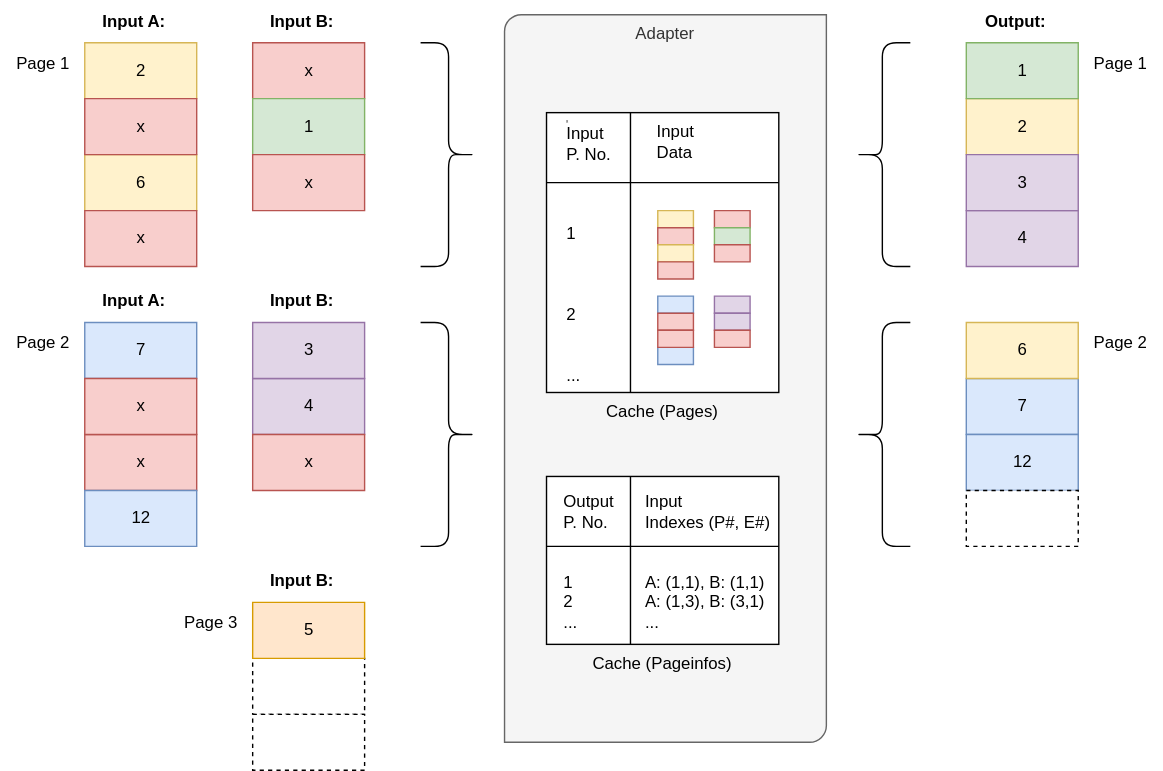
Earlier version of the draw.io export images/MergeResponsesKomplexSolutionWithCache.svg (cwahlmann/searchadapter). Source tidied: cells renumbered, new cells last; positions are measured from the earlier drawing's top-left corner, leaving out a move shared by most shapes.
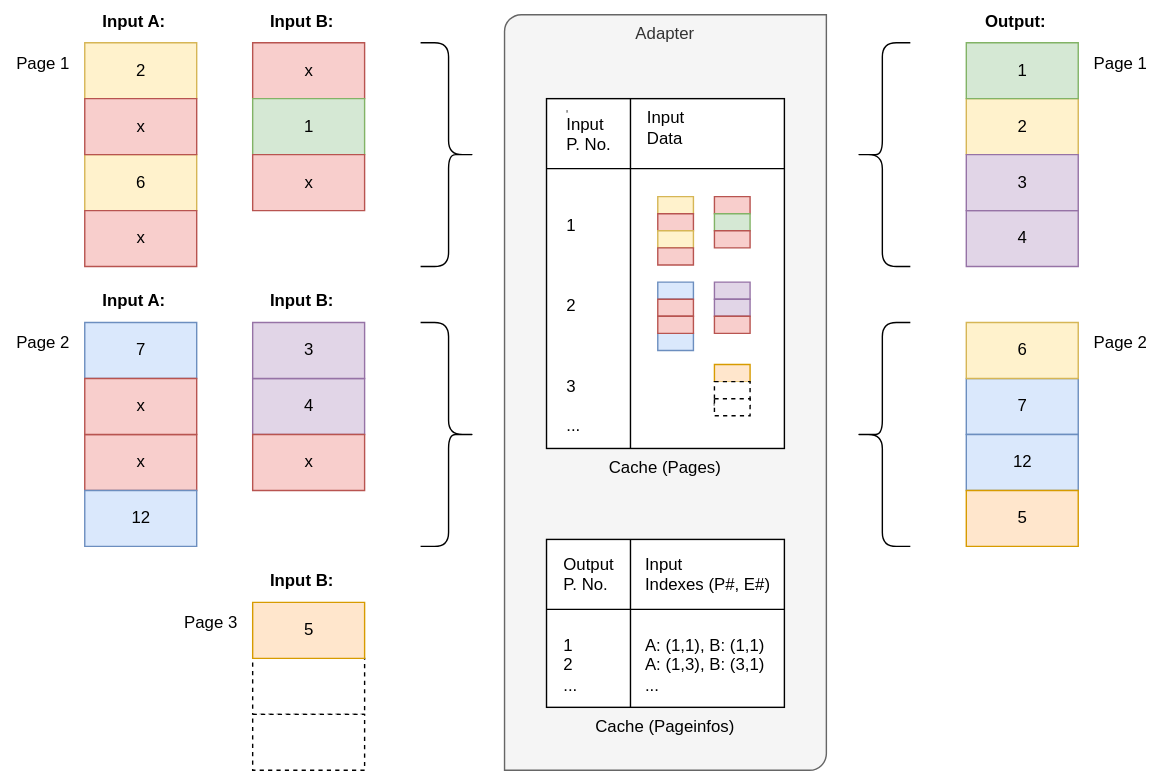
The same diagram one commit later.

Commit message:
Dokumentation: kleine Korrekturen

Diff of the diagram source:
```diff
@@ -15,7 +15,7 @@
       <mxGeometry x="770" y="30" width="60" height="30" as="geometry" />
     </mxCell>
     <mxCell id="6" value="Adapter" style="verticalLabelPosition=middle;verticalAlign=top;html=1;shape=mxgraph.basic.diag_round_rect;dx=6;whiteSpace=wrap;labelPosition=center;align=center;fillColor=#f5f5f5;fontColor=#333333;strokeColor=#666666;" parent="1" vertex="1">
-      <mxGeometry x="360" y="10" width="230" height="520" as="geometry" />
+      <mxGeometry x="360" y="10" width="230" height="540" as="geometry" />
     </mxCell>
     <mxCell id="7" style="shape=curlyBracket;whiteSpace=wrap;html=1;rounded=1;flipH=1;labelPosition=right;verticalLabelPosition=middle;align=left;verticalAlign=middle;" parent="1" vertex="1">
       <mxGeometry x="300" y="30" width="40" height="160" as="geometry" />
@@ -62,7 +62,7 @@
     <mxCell id="21" value="6" style="verticalLabelPosition=middle;verticalAlign=middle;html=1;shape=mxgraph.basic.rect;fillColor2=none;strokeWidth=1;size=20;indent=5;labelPosition=center;align=center;fillColor=#fff2cc;strokeColor=#d6b656;" parent="1" vertex="1">
       <mxGeometry x="690" y="230" width="80" height="40" as="geometry" />
     </mxCell>
-    <mxCell id="22" style="verticalLabelPosition=middle;verticalAlign=middle;html=1;shape=mxgraph.basic.rect;fillColor2=none;strokeWidth=1;size=20;indent=5;labelPosition=center;align=center;dashed=1;" parent="1" vertex="1">
+    <mxCell id="22" value="5" style="verticalLabelPosition=middle;verticalAlign=middle;html=1;shape=mxgraph.basic.rect;fillColor2=none;strokeWidth=1;size=20;indent=5;labelPosition=center;align=center;fillColor=#ffe6cc;strokeColor=#d79b00;" parent="1" vertex="1">
       <mxGeometry x="690" y="350" width="80" height="40" as="geometry" />
     </mxCell>
     <mxCell id="23" value="&lt;b&gt;Input B:&lt;/b&gt;" style="text;html=1;align=center;verticalAlign=middle;strokeColor=none;fillColor=none;" parent="1" vertex="1">
@@ -110,24 +110,6 @@
     <mxCell id="37" value="x" style="verticalLabelPosition=middle;verticalAlign=middle;html=1;shape=mxgraph.basic.rect;fillColor2=none;strokeWidth=1;size=20;indent=5;labelPosition=center;align=center;fillColor=#f8cecc;strokeColor=#b85450;" parent="1" vertex="1">
       <mxGeometry x="60" y="270" width="80" height="40" as="geometry" />
     </mxCell>
-    <mxCell id="38" style="group;" parent="1" vertex="1">
-      <mxGeometry x="390" y="340" width="166" height="120" as="geometry" />
-    </mxCell>
-    <mxCell id="39" value="Cache (Pageinfos)" style="shape=internalStorage;whiteSpace=wrap;html=1;backgroundOutline=1;labelPosition=center;verticalLabelPosition=bottom;align=center;verticalAlign=top;dx=60;dy=50;" parent="38" vertex="1">
-      <mxGeometry width="166" height="120" as="geometry" />
-    </mxCell>
-    <mxCell id="40" value="&lt;div style=&quot;text-align: left;&quot;&gt;&lt;br&gt;&lt;/div&gt;&lt;font style=&quot;font-size: 12px;&quot;&gt;&lt;div style=&quot;text-align: left;&quot;&gt;Output&lt;/div&gt;&lt;div style=&quot;text-align: left;&quot;&gt;P. No.&lt;/div&gt;&lt;div style=&quot;text-align: left;&quot;&gt;&lt;br&gt;&lt;/div&gt;&lt;div style=&quot;text-align: left;&quot;&gt;&lt;span style=&quot;background-color: initial;&quot;&gt;&lt;br&gt;&lt;/span&gt;&lt;/div&gt;&lt;div style=&quot;text-align: left;&quot;&gt;1&lt;/div&gt;&lt;div style=&quot;text-align: left;&quot;&gt;2&lt;/div&gt;&lt;div style=&quot;text-align: left;&quot;&gt;&lt;span style=&quot;background-color: initial;&quot;&gt;...&lt;/span&gt;&lt;br&gt;&lt;/div&gt;&lt;/font&gt;" style="text;html=1;align=center;verticalAlign=middle;strokeColor=none;fillColor=none;fontSize=2;" parent="38" vertex="1">
-      <mxGeometry width="60" height="120" as="geometry" />
-    </mxCell>
-    <mxCell id="41" value="Cache (Pages)" style="shape=internalStorage;whiteSpace=wrap;html=1;backgroundOutline=1;labelPosition=center;verticalLabelPosition=bottom;align=center;verticalAlign=top;dx=60;dy=50;" parent="1" vertex="1">
-      <mxGeometry x="390" y="80" width="166" height="200" as="geometry" />
-    </mxCell>
-    <mxCell id="42" value="&lt;div style=&quot;text-align: left;&quot;&gt;R&lt;/div&gt;&lt;div style=&quot;text-align: left; font-size: 12px;&quot;&gt;&lt;font style=&quot;font-size: 12px;&quot;&gt;Input&lt;/font&gt;&lt;/div&gt;&lt;font style=&quot;font-size: 12px;&quot;&gt;&lt;div style=&quot;text-align: left;&quot;&gt;P. No.&lt;/div&gt;&lt;div style=&quot;font-size: 12px; text-align: left;&quot;&gt;&lt;br&gt;&lt;/div&gt;&lt;div style=&quot;font-size: 12px; text-align: left;&quot;&gt;&lt;span style=&quot;background-color: initial;&quot;&gt;&lt;br&gt;&lt;/span&gt;&lt;/div&gt;&lt;div style=&quot;font-size: 12px; text-align: left;&quot;&gt;&lt;br&gt;&lt;/div&gt;&lt;div style=&quot;font-size: 12px; text-align: left;&quot;&gt;1&lt;/div&gt;&lt;div style=&quot;font-size: 12px; text-align: left;&quot;&gt;&lt;span style=&quot;background-color: initial;&quot;&gt;&lt;br&gt;&lt;/span&gt;&lt;/div&gt;&lt;div style=&quot;font-size: 12px; text-align: left;&quot;&gt;&lt;span style=&quot;background-color: initial;&quot;&gt;&lt;br&gt;&lt;/span&gt;&lt;/div&gt;&lt;div style=&quot;font-size: 12px; text-align: left;&quot;&gt;&lt;span style=&quot;background-color: initial;&quot;&gt;&lt;br&gt;&lt;/span&gt;&lt;/div&gt;&lt;div style=&quot;font-size: 12px; text-align: left;&quot;&gt;2&lt;/div&gt;&lt;div style=&quot;font-size: 12px; text-align: left;&quot;&gt;&lt;br&gt;&lt;/div&gt;&lt;div style=&quot;font-size: 12px; text-align: left;&quot;&gt;&lt;br&gt;&lt;/div&gt;&lt;div style=&quot;font-size: 12px; text-align: left;&quot;&gt;...&lt;/div&gt;&lt;/font&gt;" style="text;html=1;align=center;verticalAlign=middle;strokeColor=none;fillColor=none;fontSize=2;" parent="1" vertex="1">
-      <mxGeometry x="390" y="80" width="60" height="200" as="geometry" />
-    </mxCell>
-    <mxCell id="43" value="&lt;div style=&quot;text-align: left;&quot;&gt;&lt;br&gt;&lt;/div&gt;&lt;font style=&quot;font-size: 12px;&quot;&gt;&lt;div style=&quot;text-align: left;&quot;&gt;Input&lt;/div&gt;&lt;div style=&quot;text-align: left;&quot;&gt;Data&lt;/div&gt;&lt;/font&gt;" style="text;html=1;align=center;verticalAlign=middle;strokeColor=none;fillColor=none;fontSize=2;" parent="1" vertex="1">
-      <mxGeometry x="457.2" y="80" width="50" height="40" as="geometry" />
-    </mxCell>
     <mxCell id="44" style="verticalLabelPosition=middle;verticalAlign=middle;html=1;shape=mxgraph.basic.rect;fillColor2=none;strokeWidth=1;size=20;indent=5;labelPosition=center;align=center;dashed=1;" parent="1" vertex="1">
       <mxGeometry x="180" y="470" width="80" height="40" as="geometry" />
     </mxCell>
@@ -143,14 +125,35 @@
     <mxCell id="48" value="Page 3" style="text;html=1;align=center;verticalAlign=middle;strokeColor=none;fillColor=none;" parent="1" vertex="1">
       <mxGeometry x="120" y="430" width="60" height="30" as="geometry" />
     </mxCell>
+    <mxCell id="66" style="group;" parent="1" vertex="1">
+      <mxGeometry x="390" y="385" width="170" height="120" as="geometry" />
+    </mxCell>
+    <mxCell id="38" style="group;" parent="66" vertex="1">
+      <mxGeometry width="170" height="120" as="geometry" />
+    </mxCell>
+    <mxCell id="39" value="Cache (Pageinfos)" style="shape=internalStorage;whiteSpace=wrap;html=1;backgroundOutline=1;labelPosition=center;verticalLabelPosition=bottom;align=center;verticalAlign=top;dx=60;dy=50;" parent="38" vertex="1">
+      <mxGeometry width="170" height="120" as="geometry" />
+    </mxCell>
+    <mxCell id="40" value="&lt;div style=&quot;text-align: left;&quot;&gt;&lt;br&gt;&lt;/div&gt;&lt;font style=&quot;font-size: 12px;&quot;&gt;&lt;div style=&quot;text-align: left;&quot;&gt;Output&lt;/div&gt;&lt;div style=&quot;text-align: left;&quot;&gt;P. No.&lt;/div&gt;&lt;div style=&quot;text-align: left;&quot;&gt;&lt;br&gt;&lt;/div&gt;&lt;div style=&quot;text-align: left;&quot;&gt;&lt;span style=&quot;background-color: initial;&quot;&gt;&lt;br&gt;&lt;/span&gt;&lt;/div&gt;&lt;div style=&quot;text-align: left;&quot;&gt;1&lt;/div&gt;&lt;div style=&quot;text-align: left;&quot;&gt;2&lt;/div&gt;&lt;div style=&quot;text-align: left;&quot;&gt;&lt;span style=&quot;background-color: initial;&quot;&gt;...&lt;/span&gt;&lt;br&gt;&lt;/div&gt;&lt;/font&gt;" style="text;html=1;align=center;verticalAlign=middle;strokeColor=none;fillColor=none;fontSize=2;" parent="38" vertex="1">
+      <mxGeometry width="60" height="120" as="geometry" />
+    </mxCell>
-    <mxCell id="49" value="&lt;div style=&quot;text-align: left;&quot;&gt;&lt;br&gt;&lt;/div&gt;&lt;font style=&quot;font-size: 12px;&quot;&gt;&lt;div style=&quot;text-align: left;&quot;&gt;Input&lt;br&gt;Indexes (P#, E#)&lt;/div&gt;&lt;div style=&quot;text-align: left;&quot;&gt;&lt;br&gt;&lt;/div&gt;&lt;div style=&quot;text-align: left;&quot;&gt;&lt;br&gt;&lt;/div&gt;&lt;div style=&quot;text-align: left;&quot;&gt;&lt;span style=&quot;background-color: initial;&quot;&gt;A: (1,1), B: (1,1)&lt;/span&gt;&lt;/div&gt;&lt;div style=&quot;text-align: left;&quot;&gt;&lt;span style=&quot;background-color: initial;&quot;&gt;A: (1,3), B: (3,1)&lt;/span&gt;&lt;/div&gt;&lt;div style=&quot;text-align: left;&quot;&gt;&lt;span style=&quot;background-color: initial;&quot;&gt;...&amp;nbsp;&amp;nbsp;&lt;/span&gt;&lt;br&gt;&lt;/div&gt;&lt;/font&gt;" style="text;html=1;align=center;verticalAlign=middle;strokeColor=none;fillColor=none;fontSize=2;" parent="1" vertex="1">
-      <mxGeometry x="450" y="340" width="110" height="120" as="geometry" />
+    <mxCell id="49" value="&lt;div style=&quot;text-align: left;&quot;&gt;&lt;br&gt;&lt;/div&gt;&lt;font style=&quot;font-size: 12px;&quot;&gt;&lt;div style=&quot;text-align: left;&quot;&gt;Input&lt;br&gt;Indexes (P#, E#)&lt;/div&gt;&lt;div style=&quot;text-align: left;&quot;&gt;&lt;br&gt;&lt;/div&gt;&lt;div style=&quot;text-align: left;&quot;&gt;&lt;br&gt;&lt;/div&gt;&lt;div style=&quot;text-align: left;&quot;&gt;&lt;span style=&quot;background-color: initial;&quot;&gt;A: (1,1), B: (1,1)&lt;/span&gt;&lt;/div&gt;&lt;div style=&quot;text-align: left;&quot;&gt;&lt;span style=&quot;background-color: initial;&quot;&gt;A: (1,3), B: (3,1)&lt;/span&gt;&lt;/div&gt;&lt;div style=&quot;text-align: left;&quot;&gt;&lt;span style=&quot;background-color: initial;&quot;&gt;...&amp;nbsp;&amp;nbsp;&lt;/span&gt;&lt;br&gt;&lt;/div&gt;&lt;/font&gt;" style="text;html=1;align=center;verticalAlign=middle;strokeColor=none;fillColor=none;fontSize=2;" parent="66" vertex="1">
+      <mxGeometry x="60" width="110" height="120" as="geometry" />
     </mxCell>
-    <mxCell id="50" style="group;" parent="1" vertex="1">
-      <mxGeometry x="469.5" y="150" width="66" height="110" as="geometry" />
-    </mxCell>
+    <mxCell id="67" style="group;" parent="1" vertex="1">
+      <mxGeometry x="390" y="70" width="170" height="250" as="geometry" />
+    </mxCell>
+    <mxCell id="41" value="Cache (Pages)" style="shape=internalStorage;whiteSpace=wrap;html=1;backgroundOutline=1;labelPosition=center;verticalLabelPosition=bottom;align=center;verticalAlign=top;dx=60;dy=50;" parent="67" vertex="1">
+      <mxGeometry width="170" height="250" as="geometry" />
+    </mxCell>
+    <mxCell id="42" value="&lt;div style=&quot;text-align: left;&quot;&gt;R&lt;/div&gt;&lt;div style=&quot;text-align: left; font-size: 12px;&quot;&gt;&lt;font style=&quot;font-size: 12px;&quot;&gt;Input&lt;/font&gt;&lt;/div&gt;&lt;font style=&quot;font-size: 12px;&quot;&gt;&lt;div style=&quot;text-align: left;&quot;&gt;P. No.&lt;/div&gt;&lt;div style=&quot;font-size: 12px; text-align: left;&quot;&gt;&lt;br&gt;&lt;/div&gt;&lt;div style=&quot;font-size: 12px; text-align: left;&quot;&gt;&lt;span style=&quot;background-color: initial;&quot;&gt;&lt;br&gt;&lt;/span&gt;&lt;/div&gt;&lt;div style=&quot;font-size: 12px; text-align: left;&quot;&gt;&lt;br&gt;&lt;/div&gt;&lt;div style=&quot;font-size: 12px; text-align: left;&quot;&gt;1&lt;/div&gt;&lt;div style=&quot;font-size: 12px; text-align: left;&quot;&gt;&lt;span style=&quot;background-color: initial;&quot;&gt;&lt;br&gt;&lt;/span&gt;&lt;/div&gt;&lt;div style=&quot;font-size: 12px; text-align: left;&quot;&gt;&lt;span style=&quot;background-color: initial;&quot;&gt;&lt;br&gt;&lt;/span&gt;&lt;/div&gt;&lt;div style=&quot;font-size: 12px; text-align: left;&quot;&gt;&lt;span style=&quot;background-color: initial;&quot;&gt;&lt;br&gt;&lt;/span&gt;&lt;/div&gt;&lt;div style=&quot;font-size: 12px; text-align: left;&quot;&gt;2&lt;/div&gt;&lt;div style=&quot;font-size: 12px; text-align: left;&quot;&gt;&lt;br&gt;&lt;/div&gt;&lt;div style=&quot;font-size: 12px; text-align: left;&quot;&gt;&lt;br&gt;&lt;/div&gt;&lt;div style=&quot;font-size: 12px; text-align: left;&quot;&gt;&lt;br&gt;&lt;/div&gt;&lt;div style=&quot;font-size: 12px; text-align: left;&quot;&gt;3&lt;/div&gt;&lt;div style=&quot;font-size: 12px; text-align: left;&quot;&gt;&lt;br&gt;&lt;/div&gt;&lt;div style=&quot;font-size: 12px; text-align: left;&quot;&gt;...&lt;/div&gt;&lt;/font&gt;" style="text;html=1;align=center;verticalAlign=middle;strokeColor=none;fillColor=none;fontSize=2;" parent="67" vertex="1">
+      <mxGeometry width="60" height="250" as="geometry" />
+    </mxCell>
+    <mxCell id="43" value="&lt;div style=&quot;text-align: left;&quot;&gt;&lt;br&gt;&lt;/div&gt;&lt;font style=&quot;font-size: 12px;&quot;&gt;&lt;div style=&quot;text-align: left;&quot;&gt;Input&lt;/div&gt;&lt;div style=&quot;text-align: left;&quot;&gt;Data&lt;/div&gt;&lt;/font&gt;" style="text;html=1;align=center;verticalAlign=middle;strokeColor=none;fillColor=none;fontSize=2;" parent="67" vertex="1">
+      <mxGeometry x="60" width="50" height="40" as="geometry" />
+    </mxCell>
-    <mxCell id="51" style="group;" parent="50" vertex="1">
-      <mxGeometry width="25.5" height="110" as="geometry" />
+    <mxCell id="51" style="group;" parent="67" vertex="1">
+      <mxGeometry x="79.5" y="70" width="25.5" height="110" as="geometry" />
     </mxCell>
     <mxCell id="52" style="verticalLabelPosition=middle;verticalAlign=middle;html=1;shape=mxgraph.basic.rect;fillColor2=none;strokeWidth=1;size=20;indent=5;labelPosition=center;align=center;fillColor=#fff2cc;strokeColor=#d6b656;" parent="51" vertex="1">
       <mxGeometry width="25.5" height="12.2" as="geometry" />
@@ -176,23 +179,32 @@
     <mxCell id="59" style="verticalLabelPosition=middle;verticalAlign=middle;html=1;shape=mxgraph.basic.rect;fillColor2=none;strokeWidth=1;size=20;indent=5;labelPosition=center;align=center;fillColor=#f8cecc;strokeColor=#b85450;" parent="51" vertex="1">
       <mxGeometry y="85.6" width="25.5" height="12.2" as="geometry" />
     </mxCell>
-    <mxCell id="60" style="verticalLabelPosition=middle;verticalAlign=middle;html=1;shape=mxgraph.basic.rect;fillColor2=none;strokeWidth=1;size=20;indent=5;labelPosition=center;align=center;fillColor=#f8cecc;strokeColor=#b85450;" parent="50" vertex="1">
-      <mxGeometry x="40.5" width="25.5" height="12.2" as="geometry" />
+    <mxCell id="60" style="verticalLabelPosition=middle;verticalAlign=middle;html=1;shape=mxgraph.basic.rect;fillColor2=none;strokeWidth=1;size=20;indent=5;labelPosition=center;align=center;fillColor=#f8cecc;strokeColor=#b85450;" parent="67" vertex="1">
+      <mxGeometry x="120" y="70" width="25.5" height="12.2" as="geometry" />
     </mxCell>
-    <mxCell id="61" style="verticalLabelPosition=middle;verticalAlign=middle;html=1;shape=mxgraph.basic.rect;fillColor2=none;strokeWidth=1;size=20;indent=5;labelPosition=center;align=center;fillColor=#d5e8d4;strokeColor=#82b366;" parent="50" vertex="1">
-      <mxGeometry x="40.5" y="12.2" width="25.5" height="12.2" as="geometry" />
+    <mxCell id="61" style="verticalLabelPosition=middle;verticalAlign=middle;html=1;shape=mxgraph.basic.rect;fillColor2=none;strokeWidth=1;size=20;indent=5;labelPosition=center;align=center;fillColor=#d5e8d4;strokeColor=#82b366;" parent="67" vertex="1">
+      <mxGeometry x="120" y="82.2" width="25.5" height="12.2" as="geometry" />
     </mxCell>
-    <mxCell id="62" style="verticalLabelPosition=middle;verticalAlign=middle;html=1;shape=mxgraph.basic.rect;fillColor2=none;strokeWidth=1;size=20;indent=5;labelPosition=center;align=center;fillColor=#f8cecc;strokeColor=#b85450;" parent="50" vertex="1">
-      <mxGeometry x="40.5" y="24.4" width="25.5" height="12.2" as="geometry" />
+    <mxCell id="62" style="verticalLabelPosition=middle;verticalAlign=middle;html=1;shape=mxgraph.basic.rect;fillColor2=none;strokeWidth=1;size=20;indent=5;labelPosition=center;align=center;fillColor=#f8cecc;strokeColor=#b85450;" parent="67" vertex="1">
+      <mxGeometry x="120" y="94.4" width="25.5" height="12.2" as="geometry" />
     </mxCell>
-    <mxCell id="63" style="verticalLabelPosition=middle;verticalAlign=middle;html=1;shape=mxgraph.basic.rect;fillColor2=none;strokeWidth=1;size=20;indent=5;labelPosition=center;align=center;fillColor=#e1d5e7;strokeColor=#9673a6;" parent="50" vertex="1">
-      <mxGeometry x="40.5" y="61.1" width="25.5" height="12.2" as="geometry" />
+    <mxCell id="63" style="verticalLabelPosition=middle;verticalAlign=middle;html=1;shape=mxgraph.basic.rect;fillColor2=none;strokeWidth=1;size=20;indent=5;labelPosition=center;align=center;fillColor=#e1d5e7;strokeColor=#9673a6;" parent="67" vertex="1">
+      <mxGeometry x="120" y="131.1" width="25.5" height="12.2" as="geometry" />
     </mxCell>
-    <mxCell id="64" style="verticalLabelPosition=middle;verticalAlign=middle;html=1;shape=mxgraph.basic.rect;fillColor2=none;strokeWidth=1;size=20;indent=5;labelPosition=center;align=center;fillColor=#e1d5e7;strokeColor=#9673a6;" parent="50" vertex="1">
-      <mxGeometry x="40.5" y="73.3" width="25.5" height="12.2" as="geometry" />
+    <mxCell id="64" style="verticalLabelPosition=middle;verticalAlign=middle;html=1;shape=mxgraph.basic.rect;fillColor2=none;strokeWidth=1;size=20;indent=5;labelPosition=center;align=center;fillColor=#e1d5e7;strokeColor=#9673a6;" parent="67" vertex="1">
+      <mxGeometry x="120" y="143.3" width="25.5" height="12.2" as="geometry" />
     </mxCell>
-    <mxCell id="65" style="verticalLabelPosition=middle;verticalAlign=middle;html=1;shape=mxgraph.basic.rect;fillColor2=none;strokeWidth=1;size=20;indent=5;labelPosition=center;align=center;fillColor=#f8cecc;strokeColor=#b85450;" parent="50" vertex="1">
-      <mxGeometry x="40.5" y="85.6" width="25.5" height="12.2" as="geometry" />
+    <mxCell id="65" style="verticalLabelPosition=middle;verticalAlign=middle;html=1;shape=mxgraph.basic.rect;fillColor2=none;strokeWidth=1;size=20;indent=5;labelPosition=center;align=center;fillColor=#f8cecc;strokeColor=#b85450;" parent="67" vertex="1">
+      <mxGeometry x="120" y="155.6" width="25.5" height="12.2" as="geometry" />
     </mxCell>
+    <mxCell id="68" style="verticalLabelPosition=middle;verticalAlign=middle;html=1;shape=mxgraph.basic.rect;fillColor2=none;strokeWidth=1;size=20;indent=5;labelPosition=center;align=center;fillColor=#ffe6cc;strokeColor=#d79b00;" parent="67" vertex="1">
+      <mxGeometry x="120" y="190" width="25.5" height="12.2" as="geometry" />
+    </mxCell>
+    <mxCell id="69" style="verticalLabelPosition=middle;verticalAlign=middle;html=1;shape=mxgraph.basic.rect;fillColor2=none;strokeWidth=1;size=20;indent=5;labelPosition=center;align=center;dashed=1;" parent="67" vertex="1">
+      <mxGeometry x="120" y="202.2" width="25.5" height="16.7" as="geometry" />
+    </mxCell>
+    <mxCell id="70" style="verticalLabelPosition=middle;verticalAlign=middle;html=1;shape=mxgraph.basic.rect;fillColor2=none;strokeWidth=1;size=20;indent=5;labelPosition=center;align=center;dashed=1;" parent="67" vertex="1">
+      <mxGeometry x="120" y="214.4" width="25.5" height="12.2" as="geometry" />
+    </mxCell>
   </root>
 </mxGraphModel>
```
